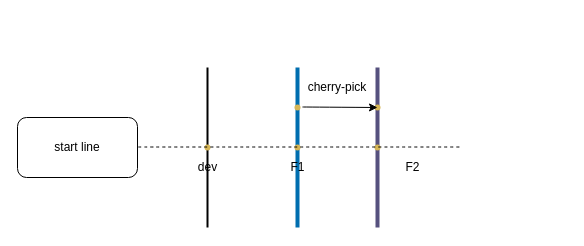
This is cherry-pick.drawio from ZWYXY/all_images, a draw.io file, before an edit. Source tidied: cells renumbered, new cells numbered last; positions are measured from the earlier drawing's top-left corner, leaving out a move shared by most shapes. Both pictures are drawn from the tidied source at 100%, with x=0, y=0 at pixel (17, 67).
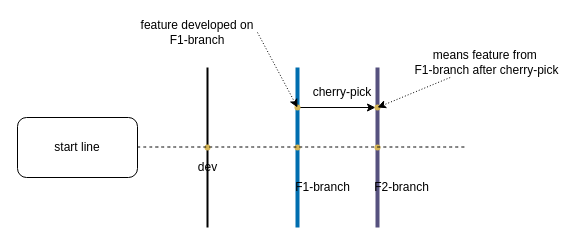
Above is the later version.

Commit message:
修改cherry-pick的图解

The change refers to these unchanged cells:
```xml
<mxCell id="3" style="line;strokeWidth=4;direction=south;html=1;perimeter=backbonePerimeter;points=[];outlineConnect=0;fillColor=#d0cee2;strokeColor=#56517e;" parent="1" vertex="1">
  <mxGeometry x="355" width="10" height="160" as="geometry" />
</mxCell>
<mxCell id="11" style="shape=waypoint;sketch=0;fillStyle=solid;size=6;points=[];fillColor=#fff2cc;perimeter=centerPerimeter;snapToPoint=1;strokeColor=#d6b656;" parent="1" vertex="1">
  <mxGeometry x="260" y="20" width="40" height="40" as="geometry" />
</mxCell>
<mxCell id="14" style="shape=waypoint;sketch=0;fillStyle=solid;size=6;points=[];fillColor=#fff2cc;perimeter=centerPerimeter;snapToPoint=1;strokeColor=#d6b656;" parent="1" vertex="1">
  <mxGeometry x="340" y="20" width="40" height="40" as="geometry" />
</mxCell>
```

What changed in the source:
```diff
@@
-    <mxCell id="4" value="F1" style="text;html=1;align=center;verticalAlign=middle;strokeColor=none;fillColor=none;" parent="1" vertex="1">
-      <mxGeometry x="265" y="90" width="30" height="20" as="geometry" />
+    <mxCell id="4" value="F1-branch" style="text;html=1;align=center;verticalAlign=middle;strokeColor=none;fillColor=none;" parent="1" vertex="1">
+      <mxGeometry x="270" y="110" width="70" height="20" as="geometry" />
     </mxCell>
-    <mxCell id="5" value="F2" style="text;html=1;align=center;verticalAlign=middle;strokeColor=none;fillColor=none;" parent="1" vertex="1">
-      <mxGeometry x="380" y="90" width="30" height="20" as="geometry" />
-    </mxCell>
@@
+    <mxCell id="17" style="edgeStyle=none;html=1;" parent="1" edge="1" source="11" target="3">
+      <mxGeometry relative="1" as="geometry" />
+    </mxCell>
@@
     <mxCell id="12" style="endArrow=none;dashed=1;html=1;curved=1;" parent="1" edge="1">
       <mxGeometry relative="1" as="geometry">
-        <mxPoint x="115" y="79.5" as="sourcePoint" />
-        <mxPoint x="445" y="79.5" as="targetPoint" />
+        <mxPoint x="120" y="79.5" as="sourcePoint" />
+        <mxPoint x="450" y="79.5" as="targetPoint" />
       </mxGeometry>
     </mxCell>
@@
-    <mxCell id="15" style="endArrow=classic;html=1;curved=1;" parent="1" edge="1">
-      <mxGeometry relative="1" as="geometry">
-        <mxPoint x="285" y="39.5" as="sourcePoint" />
-        <mxPoint x="360" y="40" as="targetPoint" />
-      </mxGeometry>
-    </mxCell>
     <mxCell id="16" value="cherry-pick" style="text;html=1;strokeColor=none;fillColor=none;align=center;verticalAlign=middle;whiteSpace=wrap;rounded=0;" parent="1" vertex="1">
-      <mxGeometry x="250" width="140" height="40" as="geometry" />
+      <mxGeometry x="270" y="20" width="110" height="10" as="geometry" />
     </mxCell>
+    <mxCell id="18" value="F2-branch" style="text;html=1;align=center;verticalAlign=middle;strokeColor=none;fillColor=none;" parent="1" vertex="1">
+      <mxGeometry x="349" y="110" width="70" height="20" as="geometry" />
+    </mxCell>
+    <mxCell id="19" style="edgeStyle=none;html=1;dashed=1;dashPattern=1 2;" parent="1" edge="1" source="20" target="14">
+      <mxGeometry relative="1" as="geometry" />
+    </mxCell>
+    <mxCell id="20" value="means feature from&amp;nbsp;&lt;br&gt;F1-branch after cherry-pick" style="text;html=1;align=center;verticalAlign=middle;points=[];strokeColor=none;fillColor=none;" parent="1" vertex="1">
+      <mxGeometry x="389" y="-20" width="160" height="30" as="geometry" />
+    </mxCell>
+    <mxCell id="21" style="edgeStyle=none;html=1;exitX=1;exitY=0.5;exitDx=0;exitDy=0;dashed=1;dashPattern=1 2;" parent="1" edge="1" source="22" target="11">
+      <mxGeometry relative="1" as="geometry" />
+    </mxCell>
+    <mxCell id="22" value="feature developed on F1-branch" style="text;html=1;strokeColor=none;fillColor=none;align=center;verticalAlign=middle;whiteSpace=wrap;rounded=0;" parent="1" vertex="1">
+      <mxGeometry x="120" y="-50" width="120" height="30" as="geometry" />
+    </mxCell>
```
